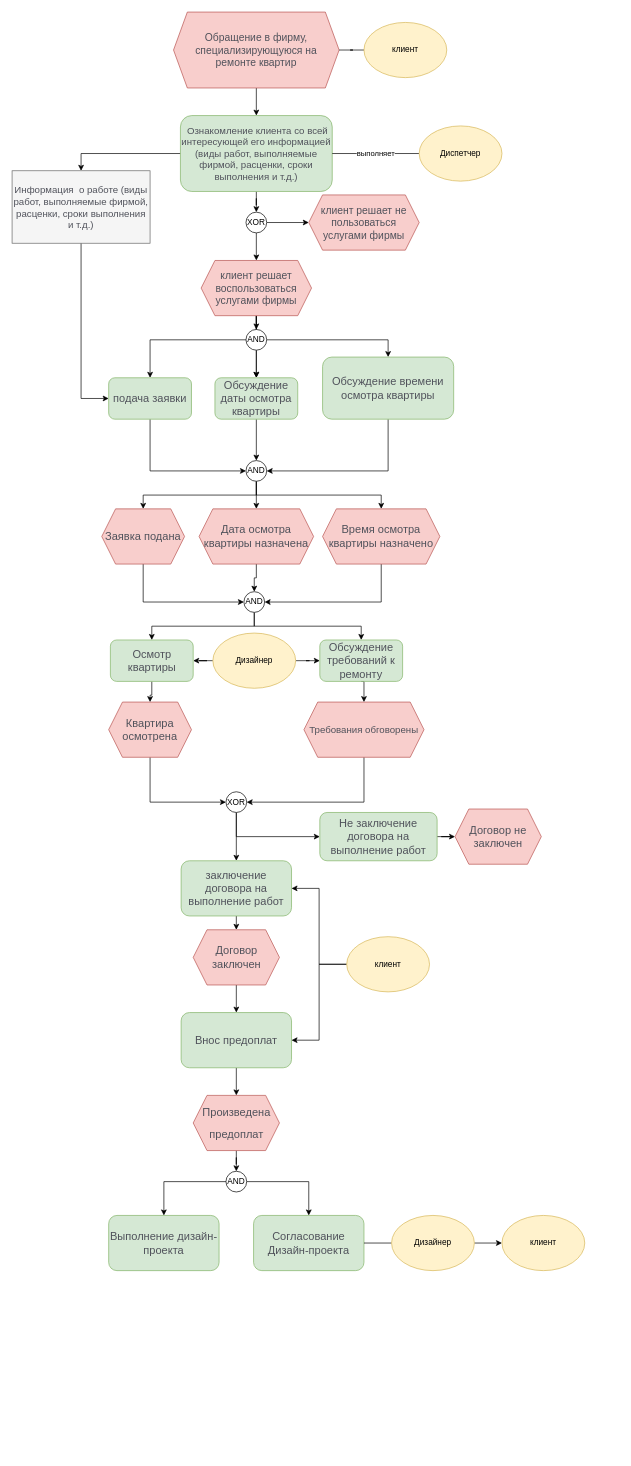
Above: Epc.drawio in freeeakn/EPC_model (draw.io), before the change. Source tidied: cells renumbered, new cells numbered last; positions are measured from the earlier drawing's top-left corner, leaving out a move shared by most shapes. Both pictures are drawn from the tidied source at 69%, with x=0, y=0 at pixel (12, 12).
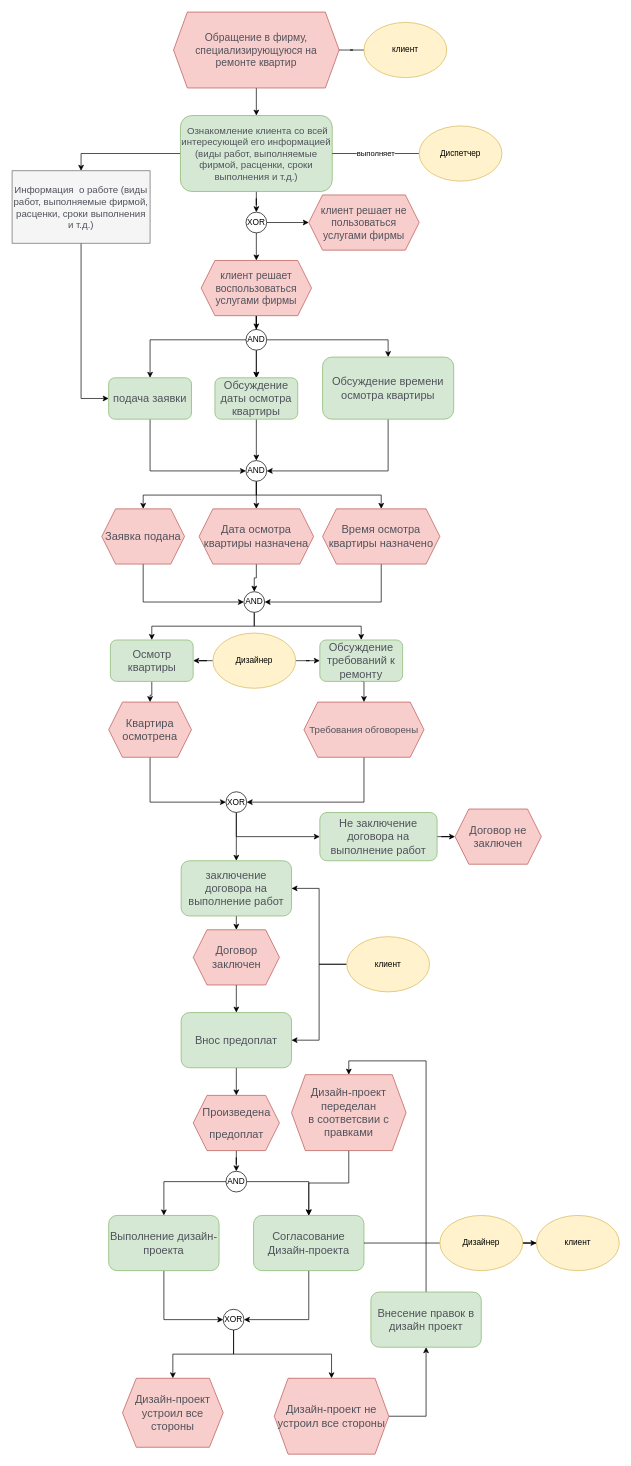
The same diagram, later.

Unchanged cells that the change refers to:
```xml
<mxCell id="68" value="&lt;div class=&quot;page&quot; title=&quot;Page 2&quot; style=&quot;&quot;&gt;&lt;div class=&quot;section&quot; style=&quot;&quot;&gt;&lt;div class=&quot;layoutArea&quot;&gt;&lt;div class=&quot;column&quot;&gt;&lt;div class=&quot;page&quot; title=&quot;Page 2&quot;&gt;&lt;div class=&quot;section&quot; style=&quot;&quot;&gt;&lt;div class=&quot;layoutArea&quot;&gt;&lt;div class=&quot;column&quot;&gt;&lt;div style=&quot;&quot; title=&quot;Page 2&quot; class=&quot;page&quot;&gt;&lt;div style=&quot;&quot; class=&quot;section&quot;&gt;&lt;div class=&quot;layoutArea&quot;&gt;&lt;div class=&quot;column&quot;&gt;&lt;p&gt;&lt;span style=&quot;font-size: 12pt; font-family: ArialMT; color: rgb(80, 82, 91);&quot;&gt;Выполнение дизайн&lt;/span&gt;&lt;span style=&quot;font-size: 12pt; font-family: ArialMT; color: rgb(80, 82, 91);&quot;&gt;-&lt;/span&gt;&lt;span style=&quot;font-size: 12pt; font-family: ArialMT; color: rgb(80, 82, 91);&quot;&gt;проекта&lt;/span&gt;&lt;/p&gt;&lt;/div&gt;&lt;/div&gt;&lt;/div&gt;&lt;/div&gt;&lt;/div&gt;&lt;/div&gt;&lt;/div&gt;&lt;/div&gt;&lt;/div&gt;&lt;/div&gt;&lt;/div&gt;&lt;/div&gt;" style="rounded=1;whiteSpace=wrap;html=1;labelBackgroundColor=none;fillColor=#d5e8d4;strokeColor=#82b366;align=center;" parent="1" vertex="1">
  <mxGeometry x="140" y="1744" width="160" height="80" as="geometry" />
</mxCell>
<mxCell id="72" value="&lt;div class=&quot;page&quot; title=&quot;Page 2&quot; style=&quot;&quot;&gt;&lt;div class=&quot;section&quot; style=&quot;&quot;&gt;&lt;div class=&quot;layoutArea&quot;&gt;&lt;div class=&quot;column&quot;&gt;&lt;div class=&quot;page&quot; title=&quot;Page 2&quot;&gt;&lt;div class=&quot;section&quot; style=&quot;&quot;&gt;&lt;div class=&quot;layoutArea&quot;&gt;&lt;div class=&quot;column&quot;&gt;&lt;div style=&quot;&quot; title=&quot;Page 2&quot; class=&quot;page&quot;&gt;&lt;div style=&quot;&quot; class=&quot;section&quot;&gt;&lt;div class=&quot;layoutArea&quot;&gt;&lt;div class=&quot;column&quot;&gt;&lt;p&gt;&lt;font size=&quot;3&quot; face=&quot;ArialMT&quot; color=&quot;#50525b&quot;&gt;&lt;span style=&quot;caret-color: rgb(80, 82, 91);&quot;&gt;Согласование Дизайн-проекта&lt;/span&gt;&lt;/font&gt;&lt;/p&gt;&lt;/div&gt;&lt;/div&gt;&lt;/div&gt;&lt;/div&gt;&lt;/div&gt;&lt;/div&gt;&lt;/div&gt;&lt;/div&gt;&lt;/div&gt;&lt;/div&gt;&lt;/div&gt;&lt;/div&gt;" style="rounded=1;whiteSpace=wrap;html=1;labelBackgroundColor=none;fillColor=#d5e8d4;strokeColor=#82b366;align=center;" parent="1" vertex="1">
  <mxGeometry x="350" y="1744" width="160" height="80" as="geometry" />
</mxCell>
```

What changed in the source:
```diff
@@
+    <mxCell id="80" style="edgeStyle=orthogonalEdgeStyle;rounded=0;jettySize=auto;html=1;exitX=0.5;exitY=1;exitDx=0;exitDy=0;entryX=0;entryY=0.5;entryDx=0;entryDy=0;" parent="1" edge="1" source="68" target="84">
+      <mxGeometry relative="1" as="geometry" />
+    </mxCell>
@@
+    <mxCell id="81" style="edgeStyle=orthogonalEdgeStyle;rounded=0;jettySize=auto;html=1;exitX=0.5;exitY=1;exitDx=0;exitDy=0;entryX=1;entryY=0.5;entryDx=0;entryDy=0;" parent="1" edge="1" source="72" target="84">
+      <mxGeometry relative="1" as="geometry" />
+    </mxCell>
@@
     <mxCell id="78" value="Дизайнер" style="ellipse;whiteSpace=wrap;html=1;fillColor=#fff2cc;strokeColor=#d6b656;" parent="1" vertex="1">
-      <mxGeometry x="550" y="1744" width="120" height="80" as="geometry" />
+      <mxGeometry x="620" y="1744" width="120" height="80" as="geometry" />
     </mxCell>
     <mxCell id="79" value="клиент" style="ellipse;whiteSpace=wrap;html=1;fillColor=#fff2cc;strokeColor=#d6b656;" parent="1" vertex="1">
-      <mxGeometry x="710" y="1744" width="120" height="80" as="geometry" />
+      <mxGeometry x="760" y="1744" width="120" height="80" as="geometry" />
     </mxCell>
+    <mxCell id="82" style="edgeStyle=orthogonalEdgeStyle;rounded=0;jettySize=auto;html=1;exitX=0.5;exitY=1;exitDx=0;exitDy=0;entryX=0.5;entryY=0;entryDx=0;entryDy=0;" parent="1" edge="1" source="84" target="85">
+      <mxGeometry relative="1" as="geometry" />
+    </mxCell>
+    <mxCell id="83" style="edgeStyle=orthogonalEdgeStyle;rounded=0;jettySize=auto;html=1;exitX=0.5;exitY=1;exitDx=0;exitDy=0;entryX=0.5;entryY=0;entryDx=0;entryDy=0;" parent="1" edge="1" source="84" target="87">
+      <mxGeometry relative="1" as="geometry" />
+    </mxCell>
+    <mxCell id="84" value="XOR" style="ellipse;whiteSpace=wrap;html=1;" parent="1" vertex="1">
+      <mxGeometry x="306" y="1880" width="30" height="30" as="geometry" />
+    </mxCell>
+    <mxCell id="85" value="&lt;div class=&quot;page&quot; title=&quot;Page 2&quot; style=&quot;text-indent: 0px;&quot;&gt;&lt;div class=&quot;section&quot;&gt;&lt;div class=&quot;layoutArea&quot;&gt;&lt;div class=&quot;column&quot;&gt;&lt;p&gt;&lt;font size=&quot;3&quot; face=&quot;ArialMT&quot; color=&quot;#50525b&quot;&gt;&lt;span style=&quot;caret-color: rgb(80, 82, 91);&quot;&gt;Дизайн-проект устроил все стороны&lt;/span&gt;&lt;/font&gt;&lt;/p&gt;&lt;/div&gt;&lt;/div&gt;&lt;/div&gt;&lt;/div&gt;" style="shape=hexagon;perimeter=hexagonPerimeter2;whiteSpace=wrap;html=1;fixedSize=1;labelBackgroundColor=none;align=center;fillColor=#f8cecc;strokeColor=#b85450;" parent="1" vertex="1">
+      <mxGeometry x="160" y="1980" width="146" height="100" as="geometry" />
+    </mxCell>
+    <mxCell id="86" style="edgeStyle=orthogonalEdgeStyle;rounded=0;jettySize=auto;html=1;exitX=1;exitY=0.5;exitDx=0;exitDy=0;entryX=0.5;entryY=1;entryDx=0;entryDy=0;" parent="1" edge="1" source="87" target="89">
+      <mxGeometry relative="1" as="geometry" />
+    </mxCell>
+    <mxCell id="87" value="&lt;div class=&quot;page&quot; title=&quot;Page 2&quot; style=&quot;text-indent: 0px;&quot;&gt;&lt;div class=&quot;section&quot;&gt;&lt;div class=&quot;layoutArea&quot;&gt;&lt;div class=&quot;column&quot;&gt;&lt;p&gt;&lt;font size=&quot;3&quot; face=&quot;ArialMT&quot; color=&quot;#50525b&quot;&gt;&lt;span style=&quot;caret-color: rgb(80, 82, 91);&quot;&gt;Дизайн-проект не устроил все стороны&lt;/span&gt;&lt;/font&gt;&lt;/p&gt;&lt;/div&gt;&lt;/div&gt;&lt;/div&gt;&lt;/div&gt;" style="shape=hexagon;perimeter=hexagonPerimeter2;whiteSpace=wrap;html=1;fixedSize=1;labelBackgroundColor=none;align=center;fillColor=#f8cecc;strokeColor=#b85450;" parent="1" vertex="1">
+      <mxGeometry x="380" y="1980" width="166" height="110" as="geometry" />
+    </mxCell>
+    <mxCell id="88" style="edgeStyle=orthogonalEdgeStyle;rounded=0;jettySize=auto;html=1;exitX=0.5;exitY=0;exitDx=0;exitDy=0;entryX=0.5;entryY=0;entryDx=0;entryDy=0;" parent="1" edge="1" source="89" target="91">
+      <mxGeometry relative="1" as="geometry" />
+    </mxCell>
+    <mxCell id="89" value="&lt;div class=&quot;page&quot; title=&quot;Page 2&quot; style=&quot;&quot;&gt;&lt;div class=&quot;section&quot; style=&quot;&quot;&gt;&lt;div class=&quot;layoutArea&quot;&gt;&lt;div class=&quot;column&quot;&gt;&lt;div class=&quot;page&quot; title=&quot;Page 2&quot;&gt;&lt;div class=&quot;section&quot; style=&quot;&quot;&gt;&lt;div class=&quot;layoutArea&quot;&gt;&lt;div class=&quot;column&quot;&gt;&lt;div style=&quot;&quot; title=&quot;Page 2&quot; class=&quot;page&quot;&gt;&lt;div style=&quot;&quot; class=&quot;section&quot;&gt;&lt;div class=&quot;layoutArea&quot;&gt;&lt;div class=&quot;column&quot;&gt;&lt;p&gt;&lt;font size=&quot;3&quot; face=&quot;ArialMT&quot; color=&quot;#50525b&quot;&gt;&lt;span style=&quot;caret-color: rgb(80, 82, 91);&quot;&gt;Внесение правок в дизайн проект&lt;/span&gt;&lt;/font&gt;&lt;/p&gt;&lt;/div&gt;&lt;/div&gt;&lt;/div&gt;&lt;/div&gt;&lt;/div&gt;&lt;/div&gt;&lt;/div&gt;&lt;/div&gt;&lt;/div&gt;&lt;/div&gt;&lt;/div&gt;&lt;/div&gt;" style="rounded=1;whiteSpace=wrap;html=1;labelBackgroundColor=none;fillColor=#d5e8d4;strokeColor=#82b366;align=center;" parent="1" vertex="1">
+      <mxGeometry x="520" y="1855" width="160" height="80" as="geometry" />
+    </mxCell>
+    <mxCell id="90" style="edgeStyle=orthogonalEdgeStyle;rounded=0;jettySize=auto;html=1;exitX=0.5;exitY=1;exitDx=0;exitDy=0;entryX=0.5;entryY=0;entryDx=0;entryDy=0;" parent="1" edge="1" source="91" target="72">
+      <mxGeometry relative="1" as="geometry" />
+    </mxCell>
+    <mxCell id="91" value="&lt;div class=&quot;page&quot; title=&quot;Page 2&quot; style=&quot;text-indent: 0px;&quot;&gt;&lt;div class=&quot;section&quot;&gt;&lt;div class=&quot;layoutArea&quot;&gt;&lt;div class=&quot;column&quot;&gt;&lt;p&gt;&lt;font size=&quot;3&quot; face=&quot;ArialMT&quot; color=&quot;#50525b&quot;&gt;&lt;span style=&quot;caret-color: rgb(80, 82, 91);&quot;&gt;Дизайн-проект переделан в&amp;nbsp;соответсвии с правками&lt;/span&gt;&lt;/font&gt;&lt;/p&gt;&lt;/div&gt;&lt;/div&gt;&lt;/div&gt;&lt;/div&gt;" style="shape=hexagon;perimeter=hexagonPerimeter2;whiteSpace=wrap;html=1;fixedSize=1;labelBackgroundColor=none;align=center;fillColor=#f8cecc;strokeColor=#b85450;" parent="1" vertex="1">
+      <mxGeometry x="405" y="1540" width="166" height="110" as="geometry" />
+    </mxCell>
```
